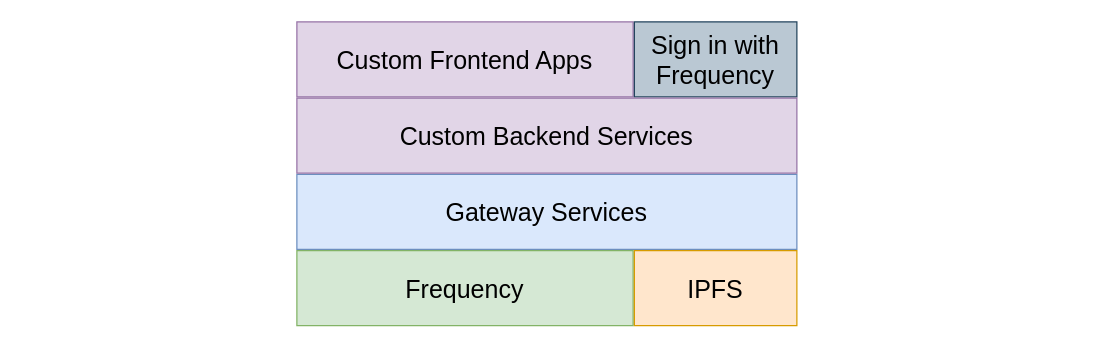
ProjectLibertyLabs/gateway keeps this draw.io diagram as page "Layer" (1 of 4) of docs/src/gateway_arch.drawio. Above is the earlier version. Source tidied: cells renumbered, new cells numbered last; positions are measured from the earlier drawing's top-left corner, leaving out a move shared by most shapes. Both pictures are drawn from the tidied source at 125%, with x=0, y=0 at pixel (21, 21).
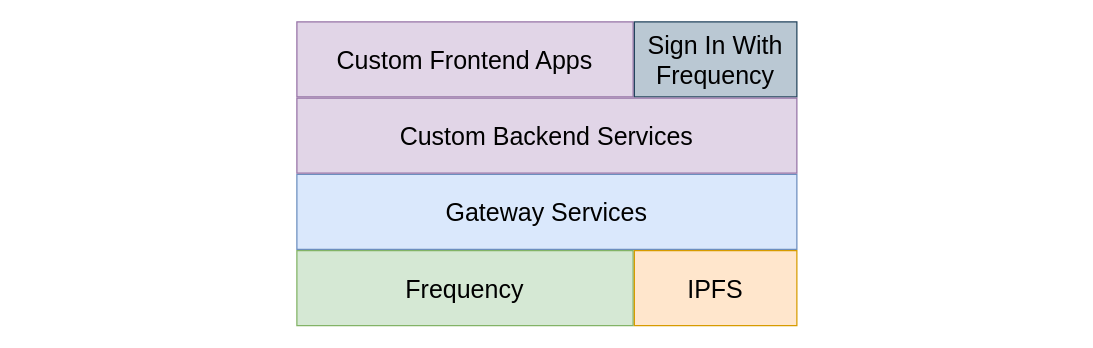
The same page after the edit.

Diff of the diagram source:
```diff
@@
 <mxGraphModel>
   <root>
     <mxCell id="0" />
     <mxCell id="1" parent="0" />
     <mxCell id="2" value="width" style="text;html=1;align=center;verticalAlign=middle;whiteSpace=wrap;rounded=0;fontFamily=Architects Daughter;" parent="1" vertex="1">
       <mxGeometry width="840" height="30" as="geometry" />
     </mxCell>
     <mxCell id="3" style="group;" parent="1" vertex="1">
       <mxGeometry x="220" width="400" height="243" as="geometry" />
     </mxCell>
     <mxCell id="4" value="Gateway Services" style="shape=label;whiteSpace=wrap;html=1;fixedSize=1;rounded=0;strokeColor=#6c8ebf;align=center;verticalAlign=middle;fontFamily=Helvetica;fontSize=20;fillColor=#dae8fc;" parent="3" vertex="1">
       <mxGeometry y="122" width="400" height="60" as="geometry" />
     </mxCell>
     <mxCell id="5" value="Frequency" style="shape=label;whiteSpace=wrap;html=1;hachureGap=4;fontFamily=Helvetica;fontSize=20;fillColor=#d5e8d4;strokeColor=#82b366;rounded=0;" parent="3" vertex="1">
       <mxGeometry y="183" width="269" height="60" as="geometry" />
     </mxCell>
     <mxCell id="6" value="IPFS" style="shape=label;whiteSpace=wrap;html=1;hachureGap=4;fontFamily=Helvetica;fontSize=20;fillColor=#ffe6cc;strokeColor=#d79b00;rounded=0;" parent="3" vertex="1">
       <mxGeometry x="270" y="183" width="130" height="60" as="geometry" />
     </mxCell>
     <mxCell id="7" value="Custom Frontend Apps" style="rounded=0;whiteSpace=wrap;html=1;fontSize=20;fillColor=#e1d5e7;strokeColor=#9673a6;fontFamily=Helvetica;" parent="3" vertex="1">
       <mxGeometry width="269" height="60" as="geometry" />
     </mxCell>
-    <mxCell id="8" value="Sign in with Frequency" style="shape=label;whiteSpace=wrap;html=1;fixedSize=1;rounded=0;strokeColor=#23445d;align=center;verticalAlign=middle;fontFamily=Helvetica;fontSize=20;fillColor=#bac8d3;" parent="3" vertex="1">
+    <mxCell id="8" value="Sign In With Frequency" style="shape=label;whiteSpace=wrap;html=1;fixedSize=1;rounded=0;strokeColor=#23445d;align=center;verticalAlign=middle;fontFamily=Helvetica;fontSize=20;fillColor=#bac8d3;" parent="3" vertex="1">
       <mxGeometry x="270" width="130" height="60" as="geometry" />
     </mxCell>
     <mxCell id="9" value="Custom Backend Services" style="rounded=0;whiteSpace=wrap;html=1;fontSize=20;fillColor=#e1d5e7;strokeColor=#9673a6;fontFamily=Helvetica;" parent="3" vertex="1">
       <mxGeometry y="61" width="400" height="60" as="geometry" />
     </mxCell>
   </root>
 </mxGraphModel>
```
